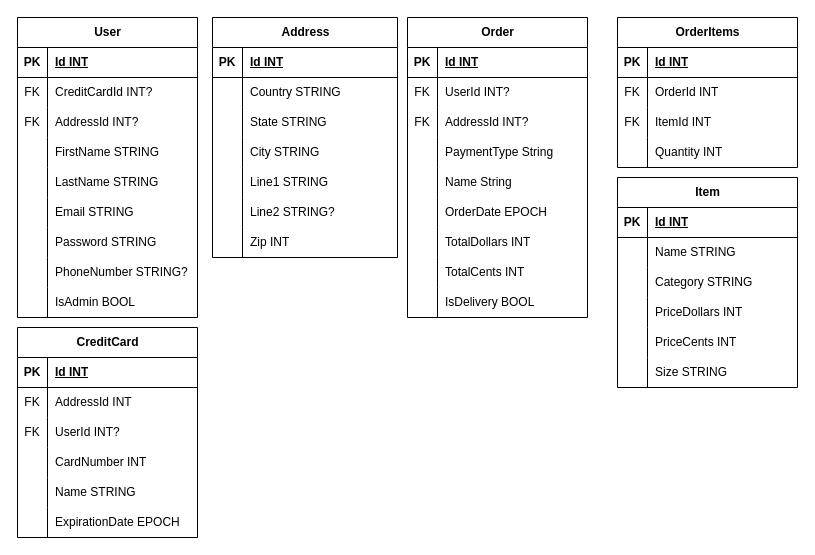
Above: Docs/DB_Entities.drawio in bearcrump/wavydaves (draw.io), before the change. Source tidied: cells renumbered, new cells numbered last; positions are measured from the earlier drawing's top-left corner, leaving out a move shared by most shapes. Both pictures are drawn from the tidied source at 100%, with x=0, y=0 at pixel (17, 17).
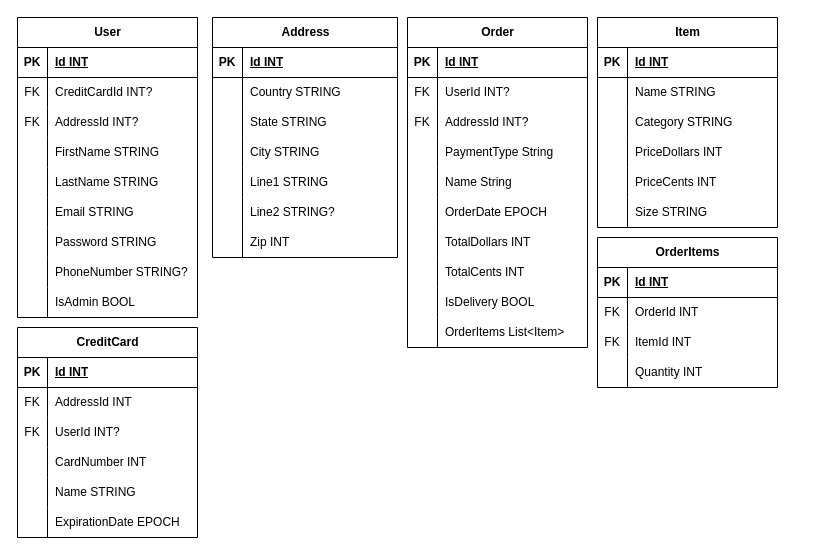
The same diagram, later.

Change to the diagram source:
```diff
@@
     <mxCell id="52" value="Order" style="shape=table;startSize=30;childLayout=tableLayout;rowLines=0;fontStyle=1;align=center;html=1;" parent="1" vertex="1">
-      <mxGeometry x="390" width="180" height="300" as="geometry" />
+      <mxGeometry x="390" width="180" height="330" as="geometry" />
     </mxCell>
@@
+    <mxCell id="131" style="shape=tableRow;horizontal=0;startSize=0;swimlaneHead=0;swimlaneBody=0;fillColor=none;top=0;left=0;right=0;bottom=0;" parent="52" vertex="1">
+      <mxGeometry y="300" width="180" height="30" as="geometry" />
+    </mxCell>
+    <mxCell id="132" style="shape=partialRectangle;fillColor=none;top=0;left=0;bottom=0;right=0;overflow=hidden;whiteSpace=wrap;html=1;" parent="131" vertex="1">
+      <mxGeometry width="30" height="30" as="geometry" />
+    </mxCell>
+    <mxCell id="133" value="OrderItems List&amp;lt;Item&amp;gt;" style="shape=partialRectangle;fillColor=none;top=0;left=0;bottom=0;right=0;align=left;spacingLeft=6;overflow=hidden;whiteSpace=wrap;html=1;" parent="131" vertex="1">
+      <mxGeometry x="30" width="150" height="30" as="geometry" />
+    </mxCell>
@@
     <mxCell id="99" value="OrderItems" style="shape=table;startSize=30;childLayout=tableLayout;rowLines=0;fontStyle=1;align=center;html=1;" parent="1" vertex="1">
-      <mxGeometry x="600" width="180" height="150" as="geometry" />
+      <mxGeometry x="580" y="220" width="180" height="150" as="geometry" />
     </mxCell>
@@
     <mxCell id="112" value="Item" style="shape=table;startSize=30;childLayout=tableLayout;rowLines=0;fontStyle=1;align=center;html=1;" parent="1" vertex="1">
-      <mxGeometry x="600" y="160" width="180" height="210" as="geometry" />
+      <mxGeometry x="580" width="180" height="210" as="geometry" />
     </mxCell>
```
